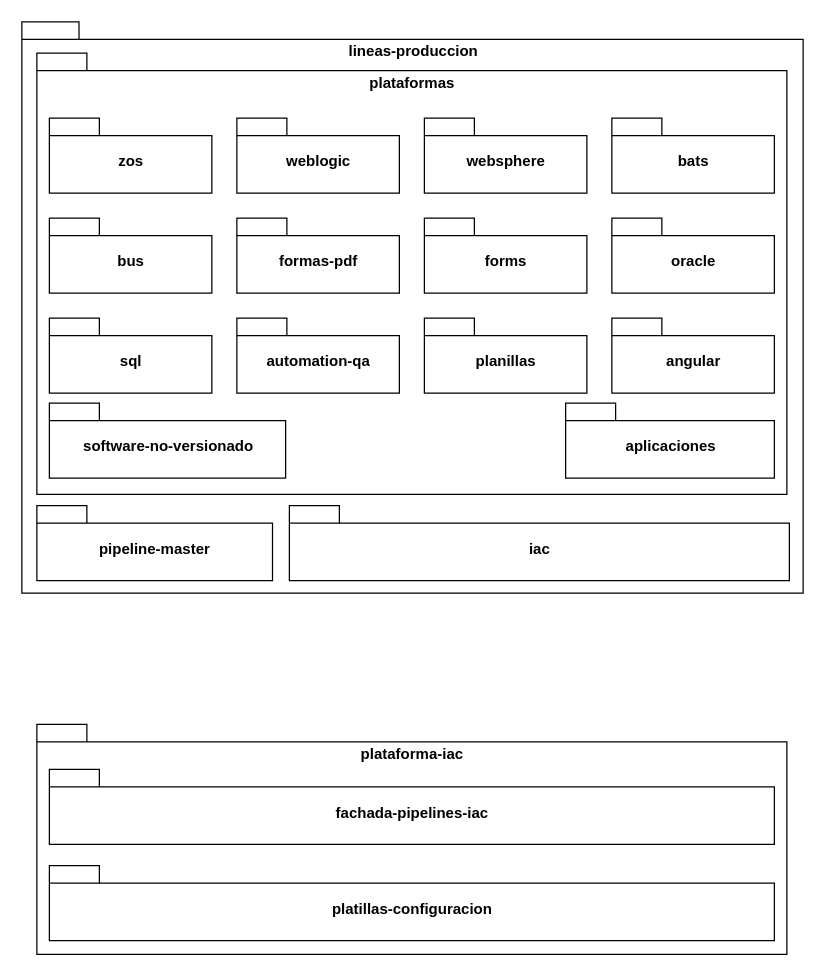
Above: images/logica-pipelines-nivel-0.drawio in fjroldan/diagrams (draw.io), before the change. Source tidied: cells renumbered, new cells numbered last; positions are measured from the earlier drawing's top-left corner, leaving out a move shared by most shapes. Both pictures are drawn from the tidied source at 125%, with x=0, y=0 at pixel (21, 21).
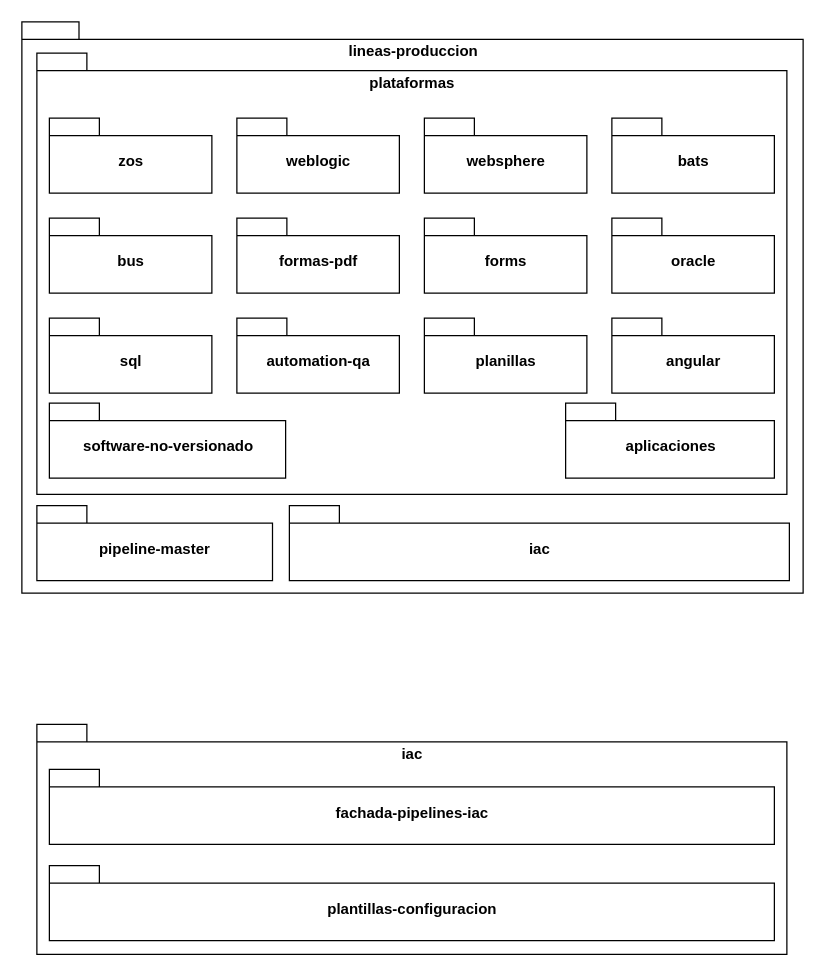
The same diagram, later.

Change to the diagram source:
```diff
@@
-    <mxCell id="19" value="plataforma-iac" style="shape=folder;fontStyle=1;spacingTop=10;tabWidth=40;tabHeight=14;tabPosition=left;html=1;verticalAlign=top;" parent="1" vertex="1">
+    <mxCell id="19" value="iac" style="shape=folder;fontStyle=1;spacingTop=10;tabWidth=40;tabHeight=14;tabPosition=left;html=1;verticalAlign=top;" parent="1" vertex="1">
       <mxGeometry x="12" y="562" width="600" height="184" as="geometry" />
     </mxCell>
@@
-    <mxCell id="21" value="platillas-configuracion" style="shape=folder;fontStyle=1;spacingTop=10;tabWidth=40;tabHeight=14;tabPosition=left;html=1;" parent="1" vertex="1">
+    <mxCell id="21" value="plantillas-configuracion" style="shape=folder;fontStyle=1;spacingTop=10;tabWidth=40;tabHeight=14;tabPosition=left;html=1;" parent="1" vertex="1">
       <mxGeometry x="22" y="675" width="580" height="60" as="geometry" />
     </mxCell>
```
